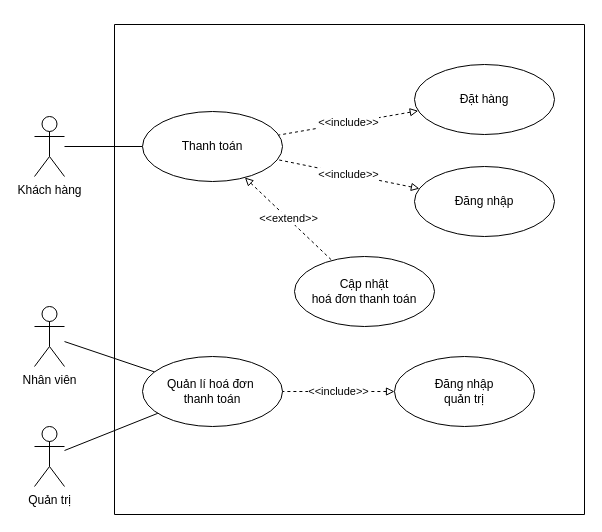
EdgarIgnite16/SGU-Course keeps this draw.io diagram as page "Page-1" (1 of 2) of Nam3_HK1/CNPM_SoftTech/Usecase Diagrams/UD_5_Payments.drawio. Above is the earlier version. Source tidied: cells renumbered, new cells numbered last; positions are measured from the earlier drawing's top-left corner, leaving out a move shared by most shapes. Both pictures are drawn from the tidied source at 100%, with x=0, y=0 at pixel (34, 24).
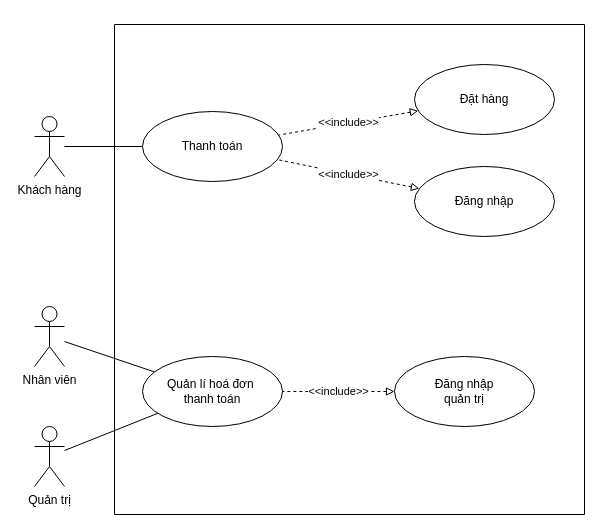
The same page after the edit.

The change refers to these unchanged cells:
```xml
<mxCell id="5" style="swimlane;startSize=0;" parent="1" vertex="1">
  <mxGeometry x="80" width="470" height="490" as="geometry" />
</mxCell>
<mxCell id="6" value="Thanh toán" style="ellipse;whiteSpace=wrap;html=1;" parent="5" vertex="1">
  <mxGeometry x="28" y="87" width="140" height="70" as="geometry" />
</mxCell>
```

Diff of the diagram source:
```diff
@@
-    <mxCell id="13" value="Cập nhật&lt;br&gt;hoá đơn thanh toán" style="ellipse;whiteSpace=wrap;html=1;" parent="5" vertex="1">
-      <mxGeometry x="180" y="232" width="140" height="70" as="geometry" />
-    </mxCell>
-    <mxCell id="14" value="&amp;lt;&amp;lt;extend&amp;gt;&amp;gt;&lt;br&gt;" style="jettySize=auto;html=1;strokeColor=default;rounded=0;dashed=1;endArrow=none;endFill=0;startArrow=block;startFill=0;" parent="5" edge="1" source="6" target="13">
-      <mxGeometry relative="1" as="geometry" />
-    </mxCell>
```
